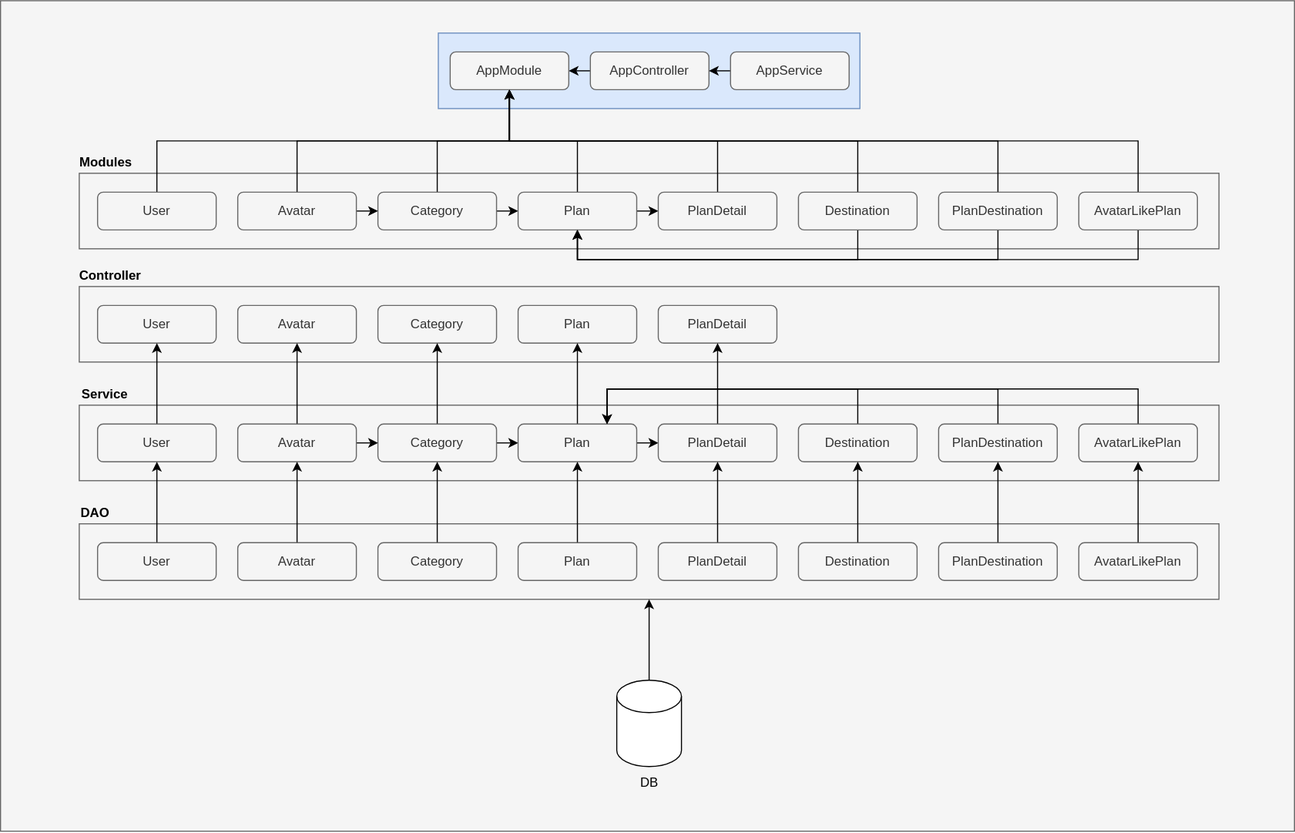
This is docs/structure.drawio.svg from tripwith-dev/rest-nestjs, a draw.io export, as it was before one commit. Source tidied: cells renumbered, new cells last; positions are measured from the earlier drawing's top-left corner, leaving out a move shared by most shapes.
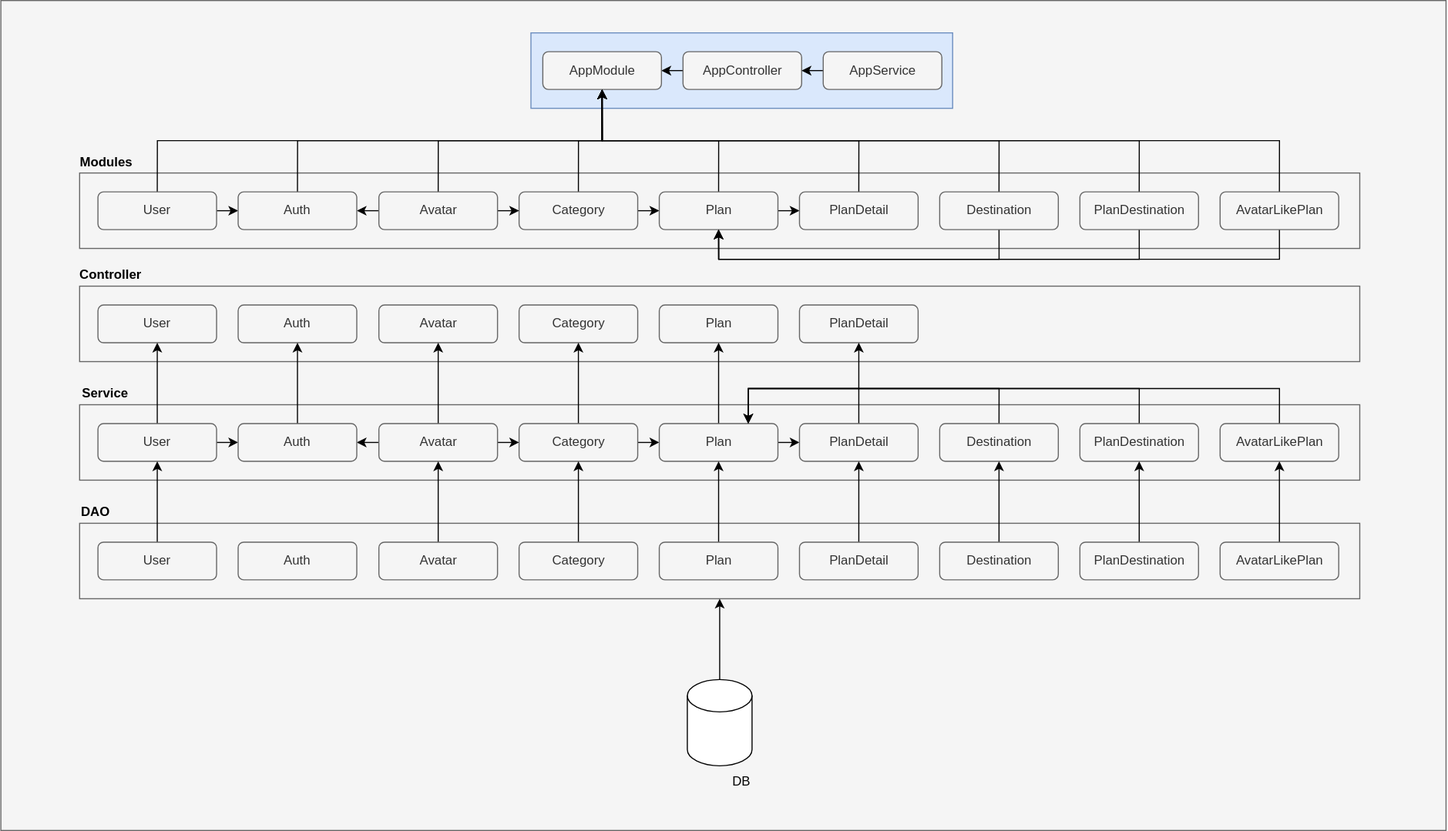
Later version of the same file.

Diff of the diagram source:
```diff
@@ -3,28 +3,28 @@
     <mxCell id="0" />
     <mxCell id="1" parent="0" />
     <mxCell id="2" style="rounded=0;whiteSpace=wrap;html=1;fillColor=#f5f5f5;fontColor=#333333;strokeColor=#666666;" parent="1" vertex="1">
-      <mxGeometry width="1200" height="770" as="geometry" />
+      <mxGeometry x="-130.5" width="1340" height="770" as="geometry" />
     </mxCell>
     <mxCell id="3" style="rounded=0;whiteSpace=wrap;html=1;fillColor=#dae8fc;strokeColor=#6c8ebf;" parent="1" vertex="1">
-      <mxGeometry x="406" y="30" width="391" height="70" as="geometry" />
+      <mxGeometry x="361" y="30" width="391" height="70" as="geometry" />
     </mxCell>
     <mxCell id="4" style="rounded=0;whiteSpace=wrap;html=1;fillColor=#f5f5f5;fontColor=#333333;strokeColor=#666666;" parent="1" vertex="1">
-      <mxGeometry x="73" y="160" width="1057" height="70" as="geometry" />
+      <mxGeometry x="-57.5" y="160" width="1187" height="70" as="geometry" />
     </mxCell>
     <mxCell id="5" value="Modules" style="text;html=1;align=center;verticalAlign=middle;whiteSpace=wrap;rounded=0;fontStyle=1;" parent="1" vertex="1">
-      <mxGeometry x="68" y="135" width="60" height="30" as="geometry" />
+      <mxGeometry x="-62.5" y="135" width="60" height="30" as="geometry" />
     </mxCell>
     <mxCell id="6" style="rounded=0;whiteSpace=wrap;html=1;fillColor=#f5f5f5;fontColor=#333333;strokeColor=#666666;" parent="1" vertex="1">
-      <mxGeometry x="73" y="265" width="1057" height="70" as="geometry" />
+      <mxGeometry x="-57.5" y="265" width="1187" height="70" as="geometry" />
     </mxCell>
     <mxCell id="7" value="Category" style="rounded=1;whiteSpace=wrap;html=1;fillColor=#f5f5f5;strokeColor=#666666;fontColor=#333333;" parent="1" vertex="1">
       <mxGeometry x="350" y="282.5" width="110" height="35" as="geometry" />
     </mxCell>
     <mxCell id="8" value="Controller" style="text;html=1;align=center;verticalAlign=middle;whiteSpace=wrap;rounded=0;fontStyle=1;" parent="1" vertex="1">
-      <mxGeometry x="72" y="240" width="60" height="30" as="geometry" />
+      <mxGeometry x="-58.5" y="240" width="60" height="30" as="geometry" />
     </mxCell>
     <mxCell id="9" value="User" style="rounded=1;whiteSpace=wrap;html=1;fillColor=#f5f5f5;strokeColor=#666666;fontColor=#333333;" parent="1" vertex="1">
-      <mxGeometry x="90" y="282.5" width="110" height="35" as="geometry" />
+      <mxGeometry x="-40.5" y="282.5" width="110" height="35" as="geometry" />
     </mxCell>
     <mxCell id="10" value="Plan" style="rounded=1;whiteSpace=wrap;html=1;fillColor=#f5f5f5;strokeColor=#666666;fontColor=#333333;" parent="1" vertex="1">
       <mxGeometry x="480" y="282.5" width="110" height="35" as="geometry" />
@@ -46,8 +46,11 @@
     <mxCell id="15" style="edgeStyle=orthogonalEdgeStyle;rounded=0;jettySize=auto;html=1;exitX=0.5;exitY=0;exitDx=0;exitDy=0;entryX=0.5;entryY=1;entryDx=0;entryDy=0;" parent="1" edge="1" source="16" target="22">
       <mxGeometry relative="1" as="geometry" />
     </mxCell>
+    <mxCell id="82" style="edgeStyle=orthogonalEdgeStyle;rounded=0;jettySize=auto;html=1;exitX=1;exitY=0.5;exitDx=0;exitDy=0;entryX=0;entryY=0.5;entryDx=0;entryDy=0;" parent="1" edge="1" source="16" target="87">
+      <mxGeometry relative="1" as="geometry" />
+    </mxCell>
     <mxCell id="16" value="User" style="rounded=1;whiteSpace=wrap;html=1;fillColor=#f5f5f5;strokeColor=#666666;fontColor=#333333;" parent="1" vertex="1">
-      <mxGeometry x="90" y="177.5" width="110" height="35" as="geometry" />
+      <mxGeometry x="-40.5" y="177.5" width="110" height="35" as="geometry" />
     </mxCell>
     <mxCell id="17" style="edgeStyle=orthogonalEdgeStyle;rounded=0;jettySize=auto;html=1;exitX=0.5;exitY=0;exitDx=0;exitDy=0;entryX=0.5;entryY=1;entryDx=0;entryDy=0;" parent="1" edge="1" source="19" target="22">
       <mxGeometry relative="1" as="geometry" />
@@ -62,19 +65,19 @@
       <mxGeometry relative="1" as="geometry" />
     </mxCell>
     <mxCell id="21" value="AppController" style="rounded=1;whiteSpace=wrap;html=1;fillColor=#f5f5f5;strokeColor=#666666;fontColor=#333333;" parent="1" vertex="1">
-      <mxGeometry x="547" y="47.5" width="110" height="35" as="geometry" />
+      <mxGeometry x="502" y="47.5" width="110" height="35" as="geometry" />
     </mxCell>
     <mxCell id="22" value="AppModule" style="rounded=1;whiteSpace=wrap;html=1;fillColor=#f5f5f5;strokeColor=#666666;fontColor=#333333;" parent="1" vertex="1">
-      <mxGeometry x="417" y="47.5" width="110" height="35" as="geometry" />
+      <mxGeometry x="372" y="47.5" width="110" height="35" as="geometry" />
     </mxCell>
     <mxCell id="23" style="edgeStyle=orthogonalEdgeStyle;rounded=0;jettySize=auto;html=1;exitX=0;exitY=0.5;exitDx=0;exitDy=0;entryX=1;entryY=0.5;entryDx=0;entryDy=0;" parent="1" edge="1" source="24" target="21">
       <mxGeometry relative="1" as="geometry" />
     </mxCell>
     <mxCell id="24" value="AppService" style="rounded=1;whiteSpace=wrap;html=1;fillColor=#f5f5f5;strokeColor=#666666;fontColor=#333333;" parent="1" vertex="1">
-      <mxGeometry x="677" y="47.5" width="110" height="35" as="geometry" />
+      <mxGeometry x="632" y="47.5" width="110" height="35" as="geometry" />
     </mxCell>
     <mxCell id="25" style="rounded=0;whiteSpace=wrap;html=1;fillColor=#f5f5f5;fontColor=#333333;strokeColor=#666666;" parent="1" vertex="1">
-      <mxGeometry x="73" y="375" width="1057" height="70" as="geometry" />
+      <mxGeometry x="-57.5" y="375" width="1187" height="70" as="geometry" />
     </mxCell>
     <mxCell id="26" style="edgeStyle=orthogonalEdgeStyle;rounded=0;jettySize=auto;html=1;exitX=0.5;exitY=0;exitDx=0;exitDy=0;entryX=0.5;entryY=1;entryDx=0;entryDy=0;" parent="1" edge="1" source="28" target="7">
       <mxGeometry relative="1" as="geometry" />
@@ -86,13 +89,16 @@
       <mxGeometry x="350" y="392.5" width="110" height="35" as="geometry" />
     </mxCell>
     <mxCell id="29" value="Service" style="text;html=1;align=center;verticalAlign=middle;whiteSpace=wrap;rounded=0;fontStyle=1;" parent="1" vertex="1">
-      <mxGeometry x="67" y="350" width="60" height="30" as="geometry" />
+      <mxGeometry x="-63.5" y="350" width="60" height="30" as="geometry" />
     </mxCell>
     <mxCell id="30" style="edgeStyle=orthogonalEdgeStyle;rounded=0;jettySize=auto;html=1;exitX=0.5;exitY=0;exitDx=0;exitDy=0;entryX=0.5;entryY=1;entryDx=0;entryDy=0;" parent="1" edge="1" source="31" target="9">
       <mxGeometry relative="1" as="geometry" />
     </mxCell>
+    <mxCell id="83" style="edgeStyle=orthogonalEdgeStyle;rounded=0;jettySize=auto;html=1;exitX=1;exitY=0.5;exitDx=0;exitDy=0;entryX=0;entryY=0.5;entryDx=0;entryDy=0;" parent="1" edge="1" source="31" target="90">
+      <mxGeometry relative="1" as="geometry" />
+    </mxCell>
     <mxCell id="31" value="User" style="rounded=1;whiteSpace=wrap;html=1;fillColor=#f5f5f5;strokeColor=#666666;fontColor=#333333;" parent="1" vertex="1">
-      <mxGeometry x="90" y="392.5" width="110" height="35" as="geometry" />
+      <mxGeometry x="-40.5" y="392.5" width="110" height="35" as="geometry" />
     </mxCell>
     <mxCell id="32" style="edgeStyle=orthogonalEdgeStyle;rounded=0;jettySize=auto;html=1;exitX=0.5;exitY=0;exitDx=0;exitDy=0;entryX=0.5;entryY=1;entryDx=0;entryDy=0;" parent="1" edge="1" source="34" target="10">
       <mxGeometry relative="1" as="geometry" />
@@ -104,7 +110,7 @@
       <mxGeometry x="480" y="392.5" width="110" height="35" as="geometry" />
     </mxCell>
     <mxCell id="35" style="rounded=0;whiteSpace=wrap;html=1;fillColor=#f5f5f5;fontColor=#333333;strokeColor=#666666;" parent="1" vertex="1">
-      <mxGeometry x="73" y="485" width="1057" height="70" as="geometry" />
+      <mxGeometry x="-57.5" y="485" width="1187" height="70" as="geometry" />
     </mxCell>
     <mxCell id="36" style="edgeStyle=orthogonalEdgeStyle;rounded=0;jettySize=auto;html=1;exitX=0.5;exitY=0;exitDx=0;exitDy=0;entryX=0.5;entryY=1;entryDx=0;entryDy=0;" parent="1" edge="1" source="37" target="28">
       <mxGeometry relative="1" as="geometry" />
@@ -113,13 +119,13 @@
       <mxGeometry x="350" y="502.5" width="110" height="35" as="geometry" />
     </mxCell>
     <mxCell id="38" value="DAO" style="text;html=1;align=center;verticalAlign=middle;whiteSpace=wrap;rounded=0;fontStyle=1;" parent="1" vertex="1">
-      <mxGeometry x="58" y="460" width="60" height="30" as="geometry" />
+      <mxGeometry x="-72.5" y="460" width="60" height="30" as="geometry" />
     </mxCell>
     <mxCell id="39" style="edgeStyle=orthogonalEdgeStyle;rounded=0;jettySize=auto;html=1;exitX=0.5;exitY=0;exitDx=0;exitDy=0;entryX=0.5;entryY=1;entryDx=0;entryDy=0;" parent="1" edge="1" source="40" target="31">
       <mxGeometry relative="1" as="geometry" />
     </mxCell>
     <mxCell id="40" value="User" style="rounded=1;whiteSpace=wrap;html=1;fillColor=#f5f5f5;strokeColor=#666666;fontColor=#333333;" parent="1" vertex="1">
-      <mxGeometry x="90" y="502.5" width="110" height="35" as="geometry" />
+      <mxGeometry x="-40.5" y="502.5" width="110" height="35" as="geometry" />
     </mxCell>
     <mxCell id="41" style="edgeStyle=orthogonalEdgeStyle;rounded=0;jettySize=auto;html=1;exitX=0.5;exitY=0;exitDx=0;exitDy=0;entryX=0.5;entryY=1;entryDx=0;entryDy=0;" parent="1" edge="1" source="42" target="34">
       <mxGeometry relative="1" as="geometry" />
@@ -131,10 +137,10 @@
       <mxGeometry relative="1" as="geometry" />
     </mxCell>
     <mxCell id="44" style="shape=cylinder3;whiteSpace=wrap;html=1;boundedLbl=1;backgroundOutline=1;size=15;" parent="1" vertex="1">
-      <mxGeometry x="571.5" y="630" width="60" height="80" as="geometry" />
+      <mxGeometry x="506" y="630" width="60" height="80" as="geometry" />
     </mxCell>
     <mxCell id="45" value="DB" style="text;html=1;align=center;verticalAlign=middle;whiteSpace=wrap;rounded=0;" parent="1" vertex="1">
-      <mxGeometry x="571.5" y="710" width="60" height="30" as="geometry" />
+      <mxGeometry x="526.5" y="710" width="60" height="30" as="geometry" />
     </mxCell>
     <mxCell id="46" style="edgeStyle=orthogonalEdgeStyle;rounded=0;jettySize=auto;html=1;exitX=0.5;exitY=0;exitDx=0;exitDy=0;entryX=0.5;entryY=1;entryDx=0;entryDy=0;" parent="1" edge="1" source="47" target="22">
       <mxGeometry relative="1" as="geometry" />
@@ -187,6 +193,9 @@
     <mxCell id="57" style="edgeStyle=orthogonalEdgeStyle;rounded=0;jettySize=auto;html=1;exitX=0.5;exitY=0;exitDx=0;exitDy=0;entryX=0.5;entryY=1;entryDx=0;entryDy=0;" parent="1" edge="1" source="58" target="22">
       <mxGeometry relative="1" as="geometry" />
     </mxCell>
+    <mxCell id="84" style="edgeStyle=orthogonalEdgeStyle;rounded=0;jettySize=auto;html=1;exitX=0;exitY=0.5;exitDx=0;exitDy=0;entryX=1;entryY=0.5;entryDx=0;entryDy=0;" parent="1" edge="1" source="58" target="87">
+      <mxGeometry relative="1" as="geometry" />
+    </mxCell>
     <mxCell id="58" value="Avatar" style="rounded=1;whiteSpace=wrap;html=1;fillColor=#f5f5f5;strokeColor=#666666;fontColor=#333333;" parent="1" vertex="1">
       <mxGeometry x="220" y="177.5" width="110" height="35" as="geometry" />
     </mxCell>
@@ -199,6 +208,9 @@
     <mxCell id="61" style="edgeStyle=orthogonalEdgeStyle;rounded=0;jettySize=auto;html=1;exitX=1;exitY=0.5;exitDx=0;exitDy=0;entryX=0;entryY=0.5;entryDx=0;entryDy=0;" parent="1" edge="1" source="62" target="28">
       <mxGeometry relative="1" as="geometry" />
     </mxCell>
+    <mxCell id="85" style="edgeStyle=orthogonalEdgeStyle;rounded=0;jettySize=auto;html=1;exitX=0;exitY=0.5;exitDx=0;exitDy=0;entryX=1;entryY=0.5;entryDx=0;entryDy=0;" parent="1" edge="1" source="62" target="90">
+      <mxGeometry relative="1" as="geometry" />
+    </mxCell>
     <mxCell id="62" value="Avatar" style="rounded=1;whiteSpace=wrap;html=1;fillColor=#f5f5f5;strokeColor=#666666;fontColor=#333333;" parent="1" vertex="1">
       <mxGeometry x="220" y="392.5" width="110" height="35" as="geometry" />
     </mxCell>
@@ -274,5 +286,23 @@
     <mxCell id="81" value="Destination" style="rounded=1;whiteSpace=wrap;html=1;fillColor=#f5f5f5;strokeColor=#666666;fontColor=#333333;" parent="1" vertex="1">
       <mxGeometry x="740" y="502.5" width="110" height="35" as="geometry" />
     </mxCell>
+    <mxCell id="86" style="edgeStyle=orthogonalEdgeStyle;rounded=0;jettySize=auto;html=1;exitX=0.5;exitY=0;exitDx=0;exitDy=0;entryX=0.5;entryY=1;entryDx=0;entryDy=0;" parent="1" edge="1" source="87" target="22">
+      <mxGeometry relative="1" as="geometry" />
+    </mxCell>
+    <mxCell id="87" value="Auth" style="rounded=1;whiteSpace=wrap;html=1;fillColor=#f5f5f5;strokeColor=#666666;fontColor=#333333;" parent="1" vertex="1">
+      <mxGeometry x="89.5" y="177.5" width="110" height="35" as="geometry" />
+    </mxCell>
+    <mxCell id="88" value="Auth" style="rounded=1;whiteSpace=wrap;html=1;fillColor=#f5f5f5;strokeColor=#666666;fontColor=#333333;" parent="1" vertex="1">
+      <mxGeometry x="89.5" y="282.5" width="110" height="35" as="geometry" />
+    </mxCell>
+    <mxCell id="89" style="edgeStyle=orthogonalEdgeStyle;rounded=0;jettySize=auto;html=1;exitX=0.5;exitY=0;exitDx=0;exitDy=0;entryX=0.5;entryY=1;entryDx=0;entryDy=0;" parent="1" edge="1" source="90" target="88">
+      <mxGeometry relative="1" as="geometry" />
+    </mxCell>
+    <mxCell id="90" value="Auth" style="rounded=1;whiteSpace=wrap;html=1;fillColor=#f5f5f5;strokeColor=#666666;fontColor=#333333;" parent="1" vertex="1">
+      <mxGeometry x="89.5" y="392.5" width="110" height="35" as="geometry" />
+    </mxCell>
+    <mxCell id="91" value="Auth" style="rounded=1;whiteSpace=wrap;html=1;fillColor=#f5f5f5;strokeColor=#666666;fontColor=#333333;" parent="1" vertex="1">
+      <mxGeometry x="89.5" y="502.5" width="110" height="35" as="geometry" />
+    </mxCell>
   </root>
 </mxGraphModel>
```
